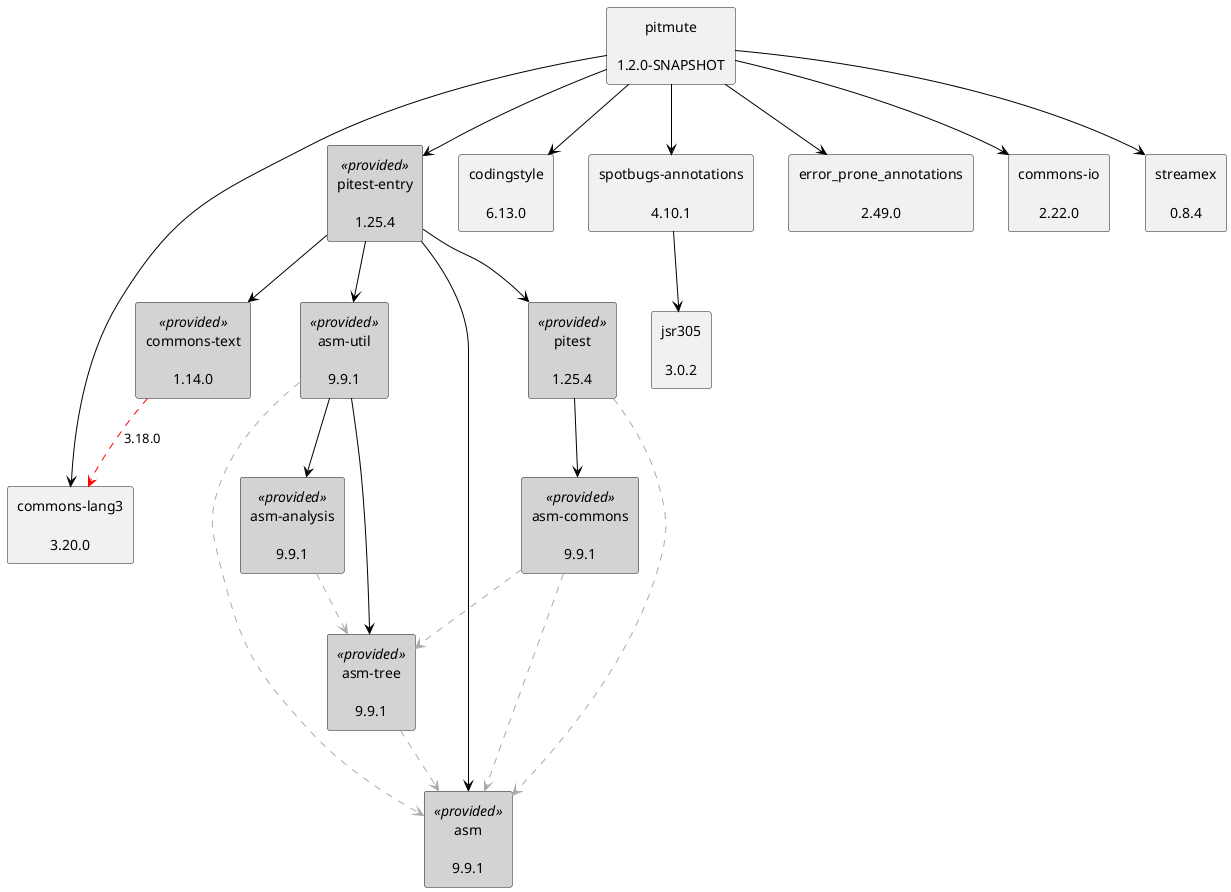
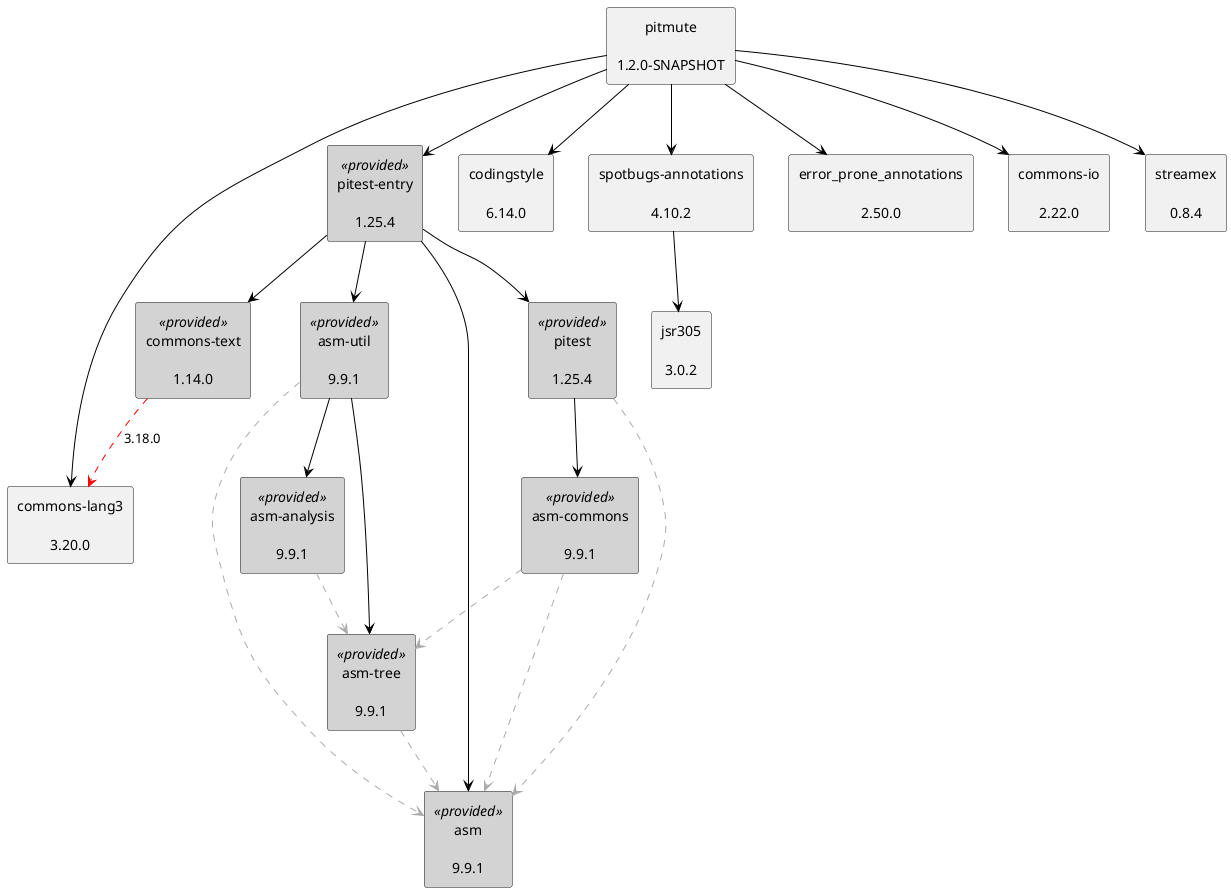
@startuml
skinparam defaultTextAlignment center
skinparam rectangle {
  BackgroundColor<<optional>> beige
  BackgroundColor<<test>> lightGreen
  BackgroundColor<<runtime>> lightBlue
  BackgroundColor<<provided>> lightGray
}
rectangle "pitest\n\n1.25.4" as org_pitest_pitest_jar<<provided>>
rectangle "asm\n\n9.9.1" as org_ow2_asm_asm_jar<<provided>>
rectangle "asm-commons\n\n9.9.1" as org_ow2_asm_asm_commons_jar<<provided>>
rectangle "asm-tree\n\n9.9.1" as org_ow2_asm_asm_tree_jar<<provided>>
rectangle "pitest-entry\n\n1.25.4" as org_pitest_pitest_entry_jar<<provided>>
rectangle "asm-util\n\n9.9.1" as org_ow2_asm_asm_util_jar<<provided>>
rectangle "asm-analysis\n\n9.9.1" as org_ow2_asm_asm_analysis_jar<<provided>>
rectangle "commons-text\n\n1.14.0" as org_apache_commons_commons_text_jar<<provided>>
rectangle "commons-lang3\n\n3.20.0" as org_apache_commons_commons_lang3_jar
rectangle "pitmute\n\n1.2.0-SNAPSHOT" as edu_hm_hafner_pitmute_jar
- rectangle "codingstyle\n\n6.13.0" as edu_hm_hafner_codingstyle_jar
- rectangle "spotbugs-annotations\n\n4.10.1" as com_github_spotbugs_spotbugs_annotations_jar
+ rectangle "codingstyle\n\n6.14.0" as edu_hm_hafner_codingstyle_jar
+ rectangle "spotbugs-annotations\n\n4.10.2" as com_github_spotbugs_spotbugs_annotations_jar
rectangle "jsr305\n\n3.0.2" as com_google_code_findbugs_jsr305_jar
- rectangle "error_prone_annotations\n\n2.49.0" as com_google_errorprone_error_prone_annotations_jar
+ rectangle "error_prone_annotations\n\n2.50.0" as com_google_errorprone_error_prone_annotations_jar
rectangle "commons-io\n\n2.22.0" as commons_io_commons_io_jar
rectangle "streamex\n\n0.8.4" as one_util_streamex_jar
org_pitest_pitest_jar .[#ABABAB].> org_ow2_asm_asm_jar
org_ow2_asm_asm_commons_jar .[#ABABAB].> org_ow2_asm_asm_jar
org_ow2_asm_asm_commons_jar .[#ABABAB].> org_ow2_asm_asm_tree_jar
org_pitest_pitest_jar -[#000000]-> org_ow2_asm_asm_commons_jar
org_pitest_pitest_entry_jar -[#000000]-> org_pitest_pitest_jar
org_pitest_pitest_entry_jar -[#000000]-> org_ow2_asm_asm_jar
org_ow2_asm_asm_util_jar .[#ABABAB].> org_ow2_asm_asm_jar
org_ow2_asm_asm_tree_jar .[#ABABAB].> org_ow2_asm_asm_jar
org_ow2_asm_asm_util_jar -[#000000]-> org_ow2_asm_asm_tree_jar
org_ow2_asm_asm_analysis_jar .[#ABABAB].> org_ow2_asm_asm_tree_jar
org_ow2_asm_asm_util_jar -[#000000]-> org_ow2_asm_asm_analysis_jar
org_pitest_pitest_entry_jar -[#000000]-> org_ow2_asm_asm_util_jar
org_apache_commons_commons_text_jar .[#FF0000].> org_apache_commons_commons_lang3_jar: 3.18.0
org_pitest_pitest_entry_jar -[#000000]-> org_apache_commons_commons_text_jar
edu_hm_hafner_pitmute_jar -[#000000]-> org_pitest_pitest_entry_jar
edu_hm_hafner_pitmute_jar -[#000000]-> edu_hm_hafner_codingstyle_jar
com_github_spotbugs_spotbugs_annotations_jar -[#000000]-> com_google_code_findbugs_jsr305_jar
edu_hm_hafner_pitmute_jar -[#000000]-> com_github_spotbugs_spotbugs_annotations_jar
edu_hm_hafner_pitmute_jar -[#000000]-> com_google_errorprone_error_prone_annotations_jar
edu_hm_hafner_pitmute_jar -[#000000]-> org_apache_commons_commons_lang3_jar
edu_hm_hafner_pitmute_jar -[#000000]-> commons_io_commons_io_jar
edu_hm_hafner_pitmute_jar -[#000000]-> one_util_streamex_jar
@enduml